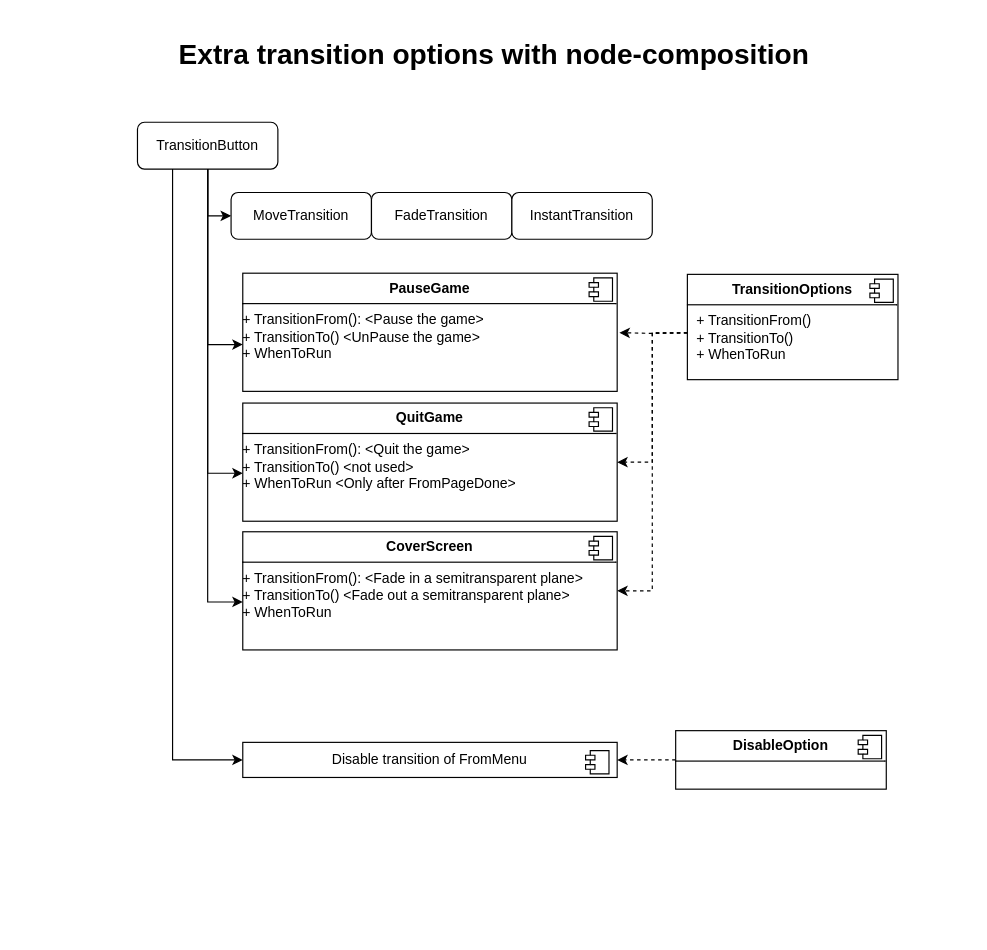
This is page "TransitionOptions" (3 of 5) of MenuTransitions.drawio from MikyGus/GodotAddonMenuSystem, a draw.io file, before an edit. Source tidied: cells renumbered, new cells numbered last; positions are measured from the earlier drawing's top-left corner, leaving out a move shared by most shapes. Both pictures are drawn from the tidied source at 117%, with x=0, y=0 at pixel (20, 37).
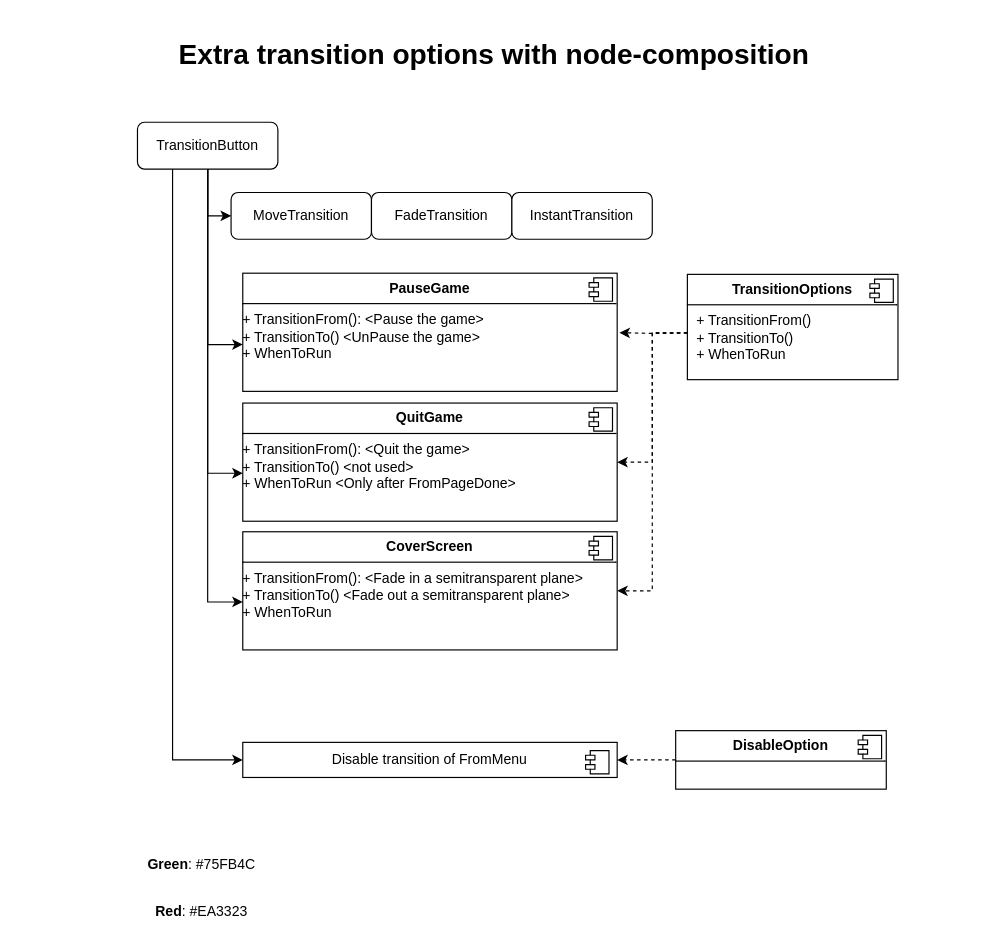
Above is the later version.

Diff of the diagram source:
```diff
@@
+    <mxCell id="28" value="&lt;b&gt;Green&lt;/b&gt;: #75FB4C" style="text;html=1;align=center;verticalAlign=middle;whiteSpace=wrap;rounded=0;" parent="1" vertex="1">
+      <mxGeometry x="90" y="692" width="130" height="30" as="geometry" />
+    </mxCell>
+    <mxCell id="29" value="&lt;b&gt;Red&lt;/b&gt;: #EA3323" style="text;html=1;align=center;verticalAlign=middle;whiteSpace=wrap;rounded=0;" parent="1" vertex="1">
+      <mxGeometry x="105" y="732" width="100" height="30" as="geometry" />
+    </mxCell>
```
